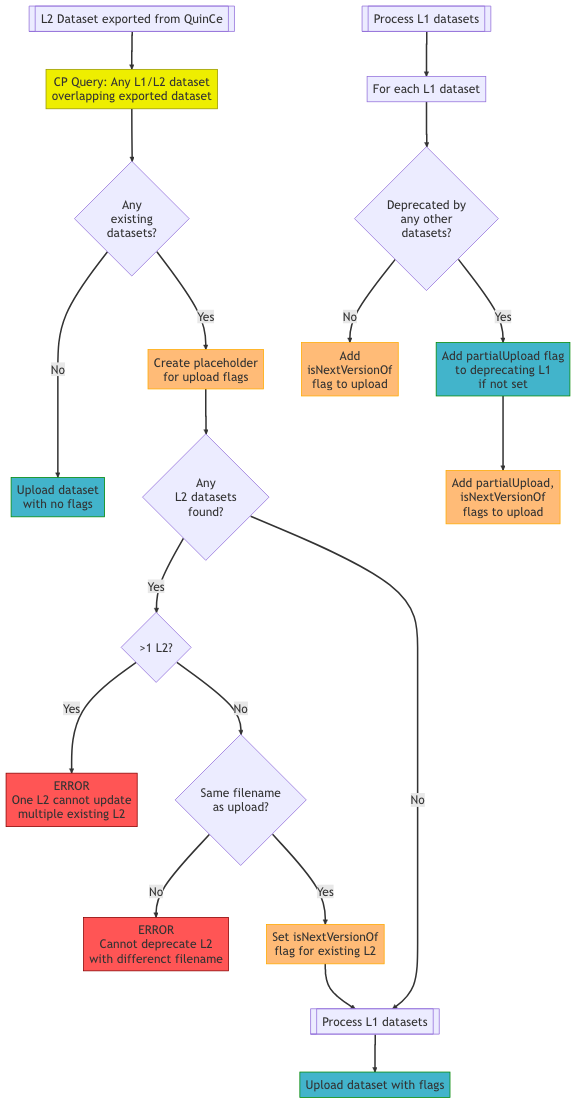
Before: Documentation/Design/ExportScripts/CarbonPortal/L2_flowchart.png, a diagram exported from Mermaid (quince-science/QuinCe). Its source is kept beside it as Documentation/Design/ExportScripts/CarbonPortal/L2_flowchart.mermaid.
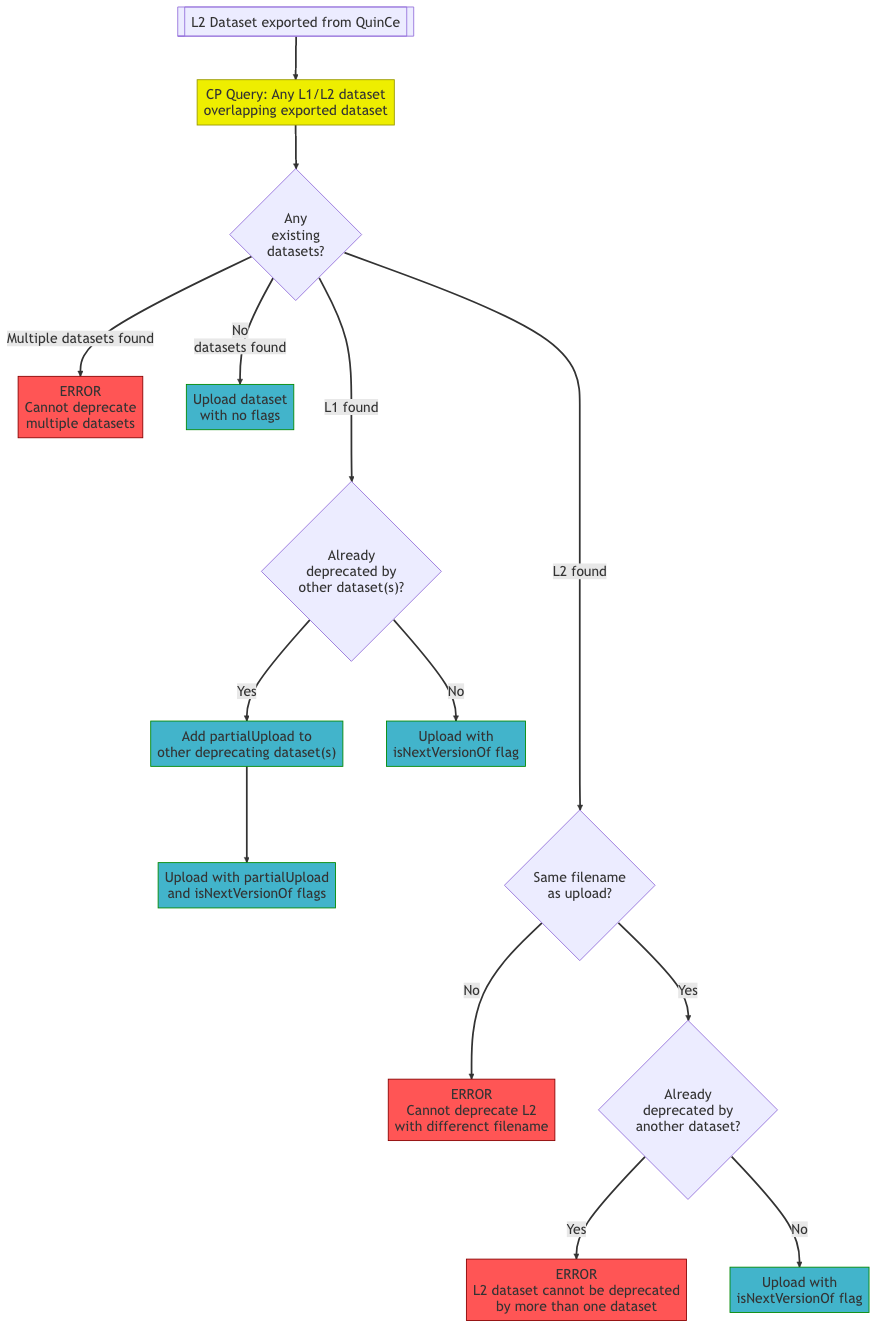
After the change.

Commit message:
(#2607) Ready to start implementing

Change to the diagram source:
```diff
@@ -3,63 +3,44 @@
   q_existing[CP Query: Any L1/L2 dataset<br>overlapping exported dataset]:::query
   any_existing{Any<br>existing<br>datasets?}
 
-  any_l2{Any<br>L2 datasets<br>found?}
+  err_multi[ERROR<br>Cannot deprecate<br>multiple datasets]:::error
+  upload_no_flags[Upload dataset<br>with no flags]:::upload
 
-  multi_l2{>1 L2?}
-  err_multi_l2[ERROR<br>One L2 cannot update<br>multiple existing L2]:::error
+  l1_already_deprecated{"Already<br>deprecated by<br>other dataset(s)?"}
+
+  l1_add_partial_to_other["Add partialUpload to<br>other deprecating dataset(s)"]:::upload
+  upload_with_partial_invo[Upload with partialUpload<br>and isNextVersionOf flags]:::upload
+  upload_with_invo[Upload with<br>isNextVersionOf flag]:::upload
 
   same_filename{Same filename<br>as upload?}
   err_diff_filename[ERROR<br>Cannot deprecate L2<br>with differenct filename]:::error
 
-  l2_next_l2[Set isNextVersionOf<br>flag for existing L2]:::flags
+  l2_deprecated{Already<br>deprecated by<br>another dataset?}
+  err_l2_deprecated[ERROR<br>L2 dataset cannot be deprecated<br>by more than one dataset]:::error
 
-  l2_placeholder[Create placeholder<br>for upload flags]:::flags
-
-
-  upload_l2_no_flags[Upload dataset<br>with no flags]:::upload
-  upload_l2[Upload dataset with flags]:::upload
-
-  process_l1_target[[Process L1 datasets]]
-  process_l1_start[[Process L1 datasets]]
-
-  l1_loop[For each L1 dataset]
-  other_deprecate{Deprecated by<br>any other<br>datasets?}
-
-  set_l2_full[Add<br>isNextVersionOf<br>flag to upload]:::flags
-
-  set_l1_partial[Add partialUpload flag<br>to deprecating L1<br>if not set]:::upload
-  set_l2_partial[Add partialUpload,<br>isNextVersionOf<br>flags to upload]:::flags
+  upload_with_invo_l2[Upload with<br>isNextVersionOf flag]:::upload
 
   exported-->q_existing
   q_existing-->any_existing
 
-  any_existing--->|No|upload_l2_no_flags
+  any_existing-->|No<br>datasets found|upload_no_flags
+  any_existing-->|Multiple datasets found|err_multi
 
-  any_existing-->|Yes|l2_placeholder
-  l2_placeholder-->any_l2
+  any_existing--->|L1 found|l1_already_deprecated
+  l1_already_deprecated-->|Yes|l1_add_partial_to_other
+  l1_add_partial_to_other-->upload_with_partial_invo
 
-  any_l2-->|Yes|multi_l2
+  l1_already_deprecated-->|No|upload_with_invo
 
-  multi_l2-->|Yes|err_multi_l2
-  multi_l2-->|No|same_filename
+  any_existing----->|L2 found|same_filename
 
   same_filename-->|No|err_diff_filename
-  same_filename-->|Yes|l2_next_l2
 
-  l2_next_l2-->process_l1_target
+  same_filename-->|Yes|l2_deprecated
 
-  any_l2-->|No|process_l1_target
-
-  process_l1_target-->upload_l2
-
-  process_l1_start-->l1_loop
-  l1_loop-->other_deprecate
-  other_deprecate-->|No|set_l2_full
-
-  other_deprecate-->|Yes|set_l1_partial
-  set_l1_partial-->set_l2_partial
+  l2_deprecated-->|Yes|err_l2_deprecated
+  l2_deprecated-->|No|upload_with_invo_l2
 
   classDef upload fill:#42b4cb,stroke:#080
   classDef error fill:#f55,stroke:#800
   classDef query fill:#ee0,stroke:#990
-  classDef flags fill:#fb7,stroke:#fa0
```
